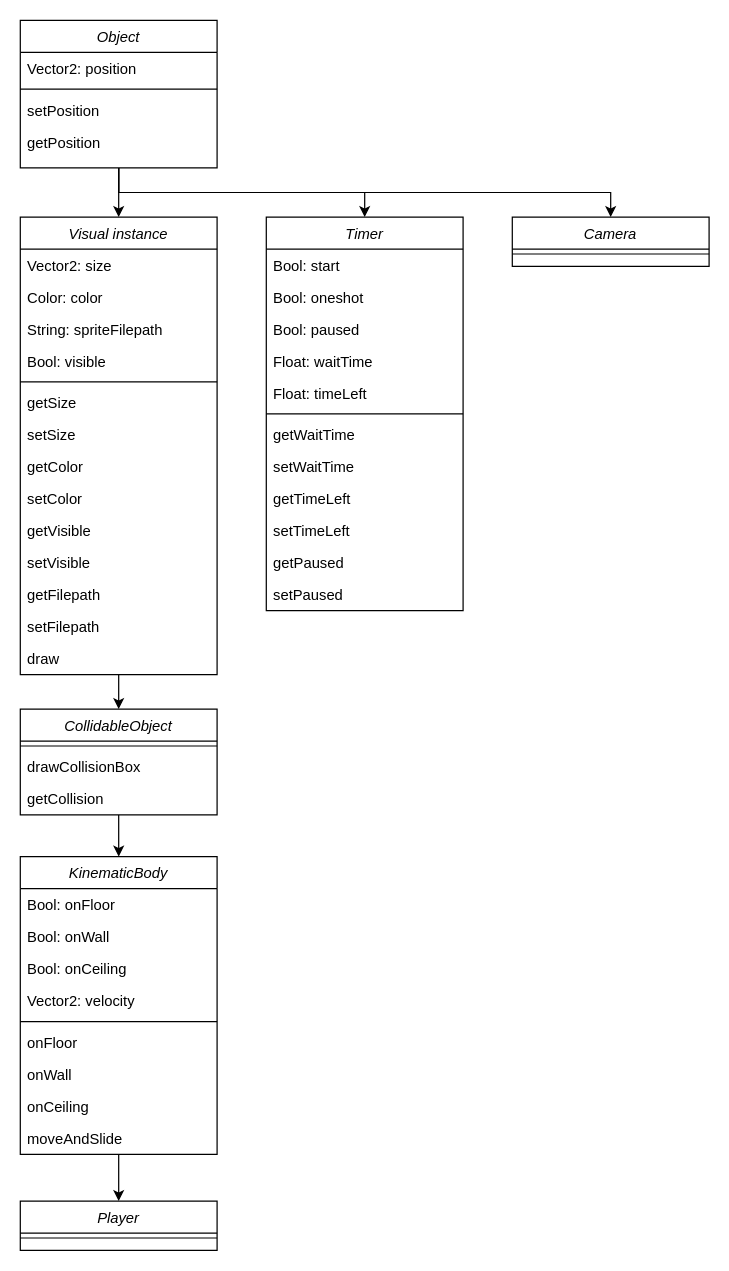
The draw.io diagram Merlin-structure.drawio in LeonStansfield/merlin, before the edit. Source tidied: cells renumbered, new cells numbered last; positions are measured from the earlier drawing's top-left corner, leaving out a move shared by most shapes. Both pictures are drawn from the tidied source at 123%, with x=0, y=0 at pixel (20, 20).
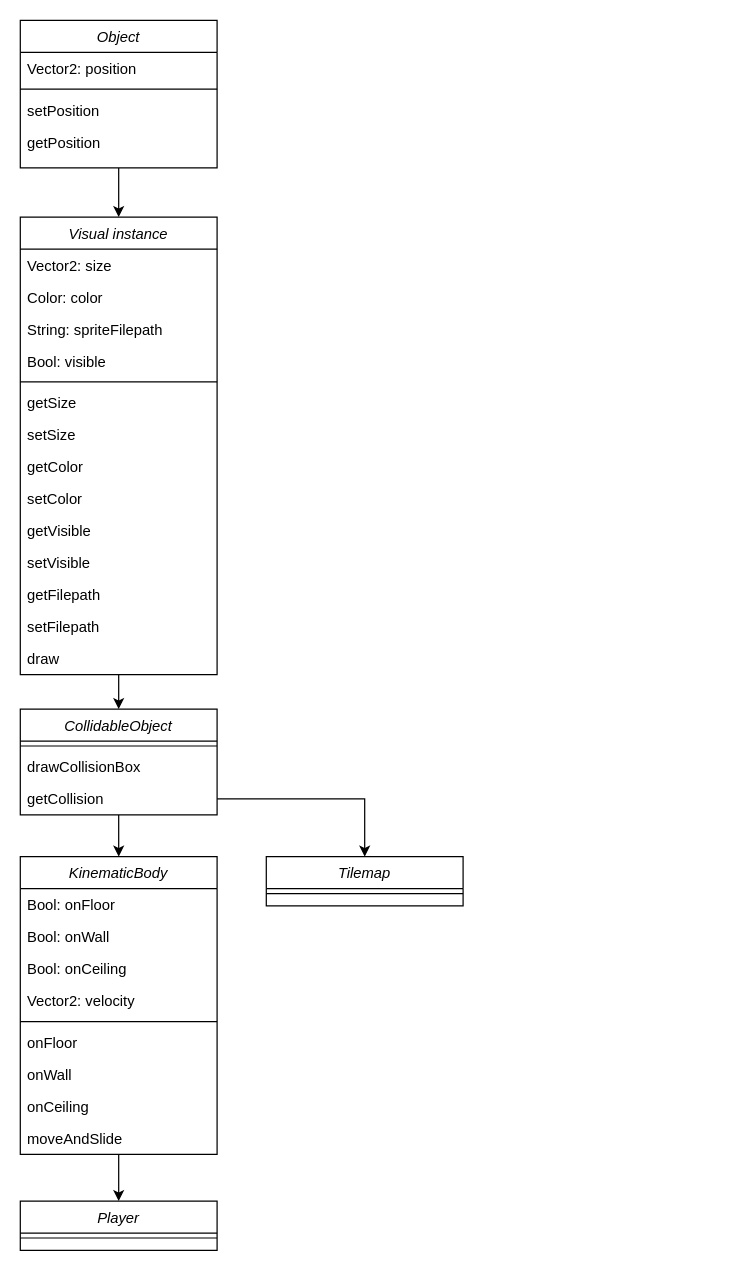
Above is the later version.

Commit message:
updated class referennce

The change refers to these unchanged cells:
```xml
<mxCell id="5" value="Object" style="swimlane;fontStyle=2;align=center;verticalAlign=top;horizontal=1;startSize=26;rounded=0;shadow=0;strokeWidth=1;" parent="1" vertex="1">
  <mxGeometry width="160" height="120" as="geometry" />
</mxCell>
<mxCell id="31" value="getCollision" style="text;align=left;verticalAlign=top;spacingLeft=4;spacingRight=4;overflow=hidden;points=[[0,0.5],[1,0.5]];portConstraint=eastwest;" parent="28" vertex="1">
  <mxGeometry y="60" width="160" height="26" as="geometry" />
</mxCell>
```

What changed in the source:
```diff
@@
-    <mxCell id="3" style="edgeStyle=orthogonalEdgeStyle;rounded=0;jettySize=auto;html=1;entryX=0.5;entryY=0;entryDx=0;entryDy=0;" parent="1" edge="1" source="5" target="58">
-      <mxGeometry relative="1" as="geometry">
-        <Array as="points">
-          <mxPoint x="80" y="140" />
-          <mxPoint x="480" y="140" />
-        </Array>
-      </mxGeometry>
-    </mxCell>
-    <mxCell id="4" style="edgeStyle=orthogonalEdgeStyle;rounded=0;jettySize=auto;html=1;exitX=0.5;exitY=1;exitDx=0;exitDy=0;entryX=0.5;entryY=0;entryDx=0;entryDy=0;" parent="1" edge="1" source="5" target="43">
-      <mxGeometry relative="1" as="geometry">
-        <Array as="points">
-          <mxPoint x="80" y="140" />
-          <mxPoint x="280" y="140" />
-        </Array>
-      </mxGeometry>
-    </mxCell>
@@
-    <mxCell id="43" value="Timer&#10;" style="swimlane;fontStyle=2;align=center;verticalAlign=top;horizontal=1;startSize=26;rounded=0;shadow=0;strokeWidth=1;" parent="1" vertex="1">
-      <mxGeometry x="200" y="160" width="160" height="320" as="geometry" />
-    </mxCell>
-    <mxCell id="44" value="Bool: start" style="text;align=left;verticalAlign=top;spacingLeft=4;spacingRight=4;overflow=hidden;" parent="43" vertex="1">
-      <mxGeometry y="26" width="160" height="26" as="geometry" />
-    </mxCell>
-    <mxCell id="45" value="Bool: oneshot" style="text;align=left;verticalAlign=top;spacingLeft=4;spacingRight=4;overflow=hidden;" parent="43" vertex="1">
-      <mxGeometry y="52" width="160" height="26" as="geometry" />
-    </mxCell>
-    <mxCell id="46" value="Bool: paused" style="text;align=left;verticalAlign=top;spacingLeft=4;spacingRight=4;overflow=hidden;" parent="43" vertex="1">
-      <mxGeometry y="78" width="160" height="26" as="geometry" />
-    </mxCell>
-    <mxCell id="47" value="Float: waitTime" style="text;align=left;verticalAlign=top;spacingLeft=4;spacingRight=4;overflow=hidden;" parent="43" vertex="1">
-      <mxGeometry y="104" width="160" height="26" as="geometry" />
-    </mxCell>
-    <mxCell id="48" value="Float: timeLeft" style="text;align=left;verticalAlign=top;spacingLeft=4;spacingRight=4;overflow=hidden;" parent="43" vertex="1">
-      <mxGeometry y="130" width="160" height="26" as="geometry" />
-    </mxCell>
-    <mxCell id="49" style="line;html=1;strokeWidth=1;align=left;verticalAlign=middle;spacingTop=-1;spacingLeft=3;spacingRight=3;labelPosition=right;" parent="43" vertex="1">
-      <mxGeometry y="156" width="160" height="8" as="geometry" />
-    </mxCell>
-    <mxCell id="50" value="getWaitTime" style="text;align=left;verticalAlign=top;spacingLeft=4;spacingRight=4;overflow=hidden;" parent="43" vertex="1">
-      <mxGeometry y="164" width="160" height="26" as="geometry" />
-    </mxCell>
-    <mxCell id="51" value="setWaitTime" style="text;align=left;verticalAlign=top;spacingLeft=4;spacingRight=4;overflow=hidden;" parent="43" vertex="1">
-      <mxGeometry y="190" width="160" height="26" as="geometry" />
-    </mxCell>
-    <mxCell id="52" value="getTimeLeft" style="text;align=left;verticalAlign=top;spacingLeft=4;spacingRight=4;overflow=hidden;" parent="43" vertex="1">
-      <mxGeometry y="216" width="160" height="26" as="geometry" />
-    </mxCell>
-    <mxCell id="53" value="setTimeLeft" style="text;align=left;verticalAlign=top;spacingLeft=4;spacingRight=4;overflow=hidden;" parent="43" vertex="1">
-      <mxGeometry y="242" width="160" height="26" as="geometry" />
-    </mxCell>
-    <mxCell id="54" value="getPaused" style="text;align=left;verticalAlign=top;spacingLeft=4;spacingRight=4;overflow=hidden;" parent="43" vertex="1">
-      <mxGeometry y="268" width="160" height="26" as="geometry" />
-    </mxCell>
-    <mxCell id="55" value="setPaused" style="text;align=left;verticalAlign=top;spacingLeft=4;spacingRight=4;overflow=hidden;" parent="43" vertex="1">
-      <mxGeometry y="294" width="160" height="26" as="geometry" />
-    </mxCell>
@@
-    <mxCell id="58" value="Camera" style="swimlane;fontStyle=2;align=center;verticalAlign=top;horizontal=1;startSize=26;rounded=0;shadow=0;strokeWidth=1;" parent="1" vertex="1">
-      <mxGeometry x="400" y="160" width="160" height="40" as="geometry" />
-    </mxCell>
+    <mxCell id="60" style="edgeStyle=orthogonalEdgeStyle;rounded=0;jettySize=auto;html=1;entryX=0.5;entryY=0;entryDx=0;entryDy=0;" parent="1" edge="1" source="31" target="61">
+      <mxGeometry relative="1" as="geometry" />
+    </mxCell>
+    <mxCell id="61" value="Tilemap" style="swimlane;fontStyle=2;align=center;verticalAlign=top;horizontal=1;startSize=26;rounded=0;shadow=0;strokeWidth=1;" parent="1" vertex="1">
+      <mxGeometry x="200" y="680" width="160" height="40" as="geometry" />
+    </mxCell>
-    <mxCell id="59" style="line;html=1;strokeWidth=1;align=left;verticalAlign=middle;spacingTop=-1;spacingLeft=3;spacingRight=3;labelPosition=right;" parent="58" vertex="1">
+    <mxCell id="59" style="line;html=1;strokeWidth=1;align=left;verticalAlign=middle;spacingTop=-1;spacingLeft=3;spacingRight=3;labelPosition=right;" parent="61" vertex="1">
       <mxGeometry y="26" width="160" height="8" as="geometry" />
     </mxCell>
```
